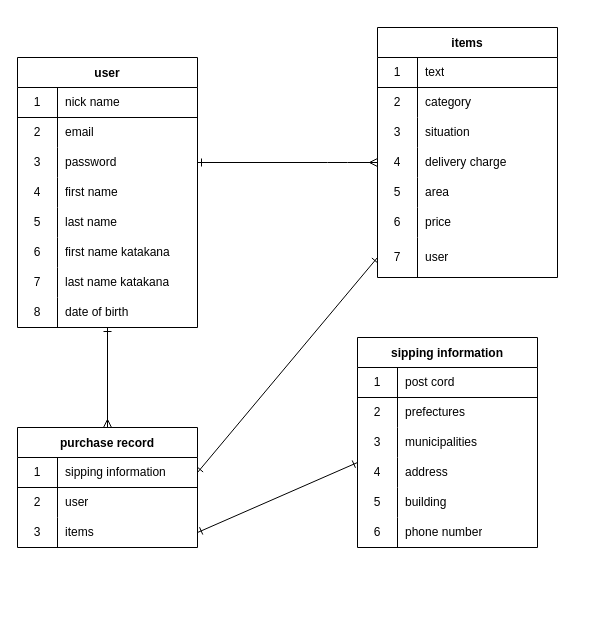
The draw.io diagram er.dio in nohararyota/furima-37460, before the edit. Source tidied: cells renumbered, new cells numbered last; positions are measured from the earlier drawing's top-left corner, leaving out a move shared by most shapes. Both pictures are drawn from the tidied source at 100%, with x=0, y=0 at pixel (17, 27).
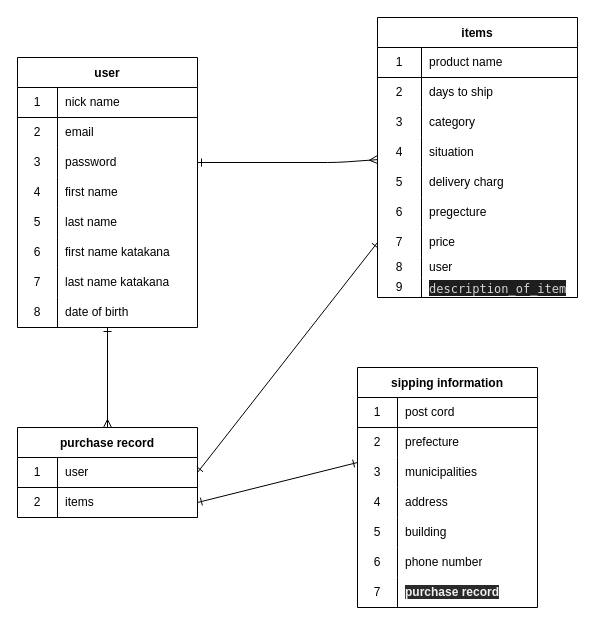
Above is the later version.

The change refers to these unchanged cells:
```xml
<mxCell id="51" style="shape=partialRectangle;html=1;whiteSpace=wrap;fillColor=none;top=0;left=0;bottom=1;right=0;points=[[0,0.5],[1,0.5]];portConstraint=eastwest;" parent="50" vertex="1">
  <mxGeometry y="30" width="180" height="30" as="geometry" />
</mxCell>
<mxCell id="64" style="shape=partialRectangle;html=1;whiteSpace=wrap;fillColor=none;top=0;left=0;bottom=0;right=0;" parent="60" vertex="1">
  <mxGeometry y="60" width="180" height="30" as="geometry" />
</mxCell>
```

Change to the diagram source:
```diff
@@
     <mxCell id="27" value="items" style="shape=table;startSize=30;childLayout=tableLayout;rowLines=0;fontStyle=1;align=center;" parent="1" vertex="1">
-      <mxGeometry x="360" width="180" height="250" as="geometry" />
+      <mxGeometry x="360" y="-10" width="200" height="280" as="geometry" />
     </mxCell>
     <mxCell id="28" style="shape=partialRectangle;html=1;whiteSpace=wrap;fillColor=none;top=0;left=0;bottom=1;right=0;" parent="27" vertex="1">
-      <mxGeometry y="30" width="180" height="30" as="geometry" />
+      <mxGeometry y="30" width="200" height="30" as="geometry" />
     </mxCell>
     <mxCell id="29" value="1" style="shape=partialRectangle;html=1;whiteSpace=wrap;fillColor=none;top=0;left=0;bottom=0;right=0;overflow=hidden;" parent="28" vertex="1">
-      <mxGeometry width="40" height="30" as="geometry" />
+      <mxGeometry width="44" height="30" as="geometry" />
     </mxCell>
-    <mxCell id="30" value="text" style="shape=partialRectangle;html=1;whiteSpace=wrap;fillColor=none;top=0;left=0;bottom=0;right=0;align=left;spacingLeft=6;overflow=hidden;" parent="28" vertex="1">
-      <mxGeometry x="40" width="140" height="30" as="geometry" />
+    <mxCell id="30" value="product name" style="shape=partialRectangle;html=1;whiteSpace=wrap;fillColor=none;top=0;left=0;bottom=0;right=0;align=left;spacingLeft=6;overflow=hidden;" parent="28" vertex="1">
+      <mxGeometry x="44" width="156" height="30" as="geometry" />
     </mxCell>
     <mxCell id="31" style="shape=partialRectangle;html=1;whiteSpace=wrap;fillColor=none;top=0;left=0;bottom=0;right=0;" parent="27" vertex="1">
-      <mxGeometry y="60" width="180" height="30" as="geometry" />
+      <mxGeometry y="60" width="200" height="30" as="geometry" />
     </mxCell>
     <mxCell id="32" value="2" style="shape=partialRectangle;html=1;whiteSpace=wrap;fillColor=none;top=0;left=0;bottom=0;right=0;overflow=hidden;" parent="31" vertex="1">
-      <mxGeometry width="40" height="30" as="geometry" />
+      <mxGeometry width="44" height="30" as="geometry" />
     </mxCell>
-    <mxCell id="33" value="category" style="shape=partialRectangle;html=1;whiteSpace=wrap;fillColor=none;top=0;left=0;bottom=0;right=0;align=left;spacingLeft=6;overflow=hidden;" parent="31" vertex="1">
-      <mxGeometry x="40" width="140" height="30" as="geometry" />
+    <mxCell id="33" value="days to ship" style="shape=partialRectangle;html=1;whiteSpace=wrap;fillColor=none;top=0;left=0;bottom=0;right=0;align=left;spacingLeft=6;overflow=hidden;" parent="31" vertex="1">
+      <mxGeometry x="44" width="156" height="30" as="geometry" />
     </mxCell>
     <mxCell id="34" style="shape=partialRectangle;html=1;whiteSpace=wrap;fillColor=none;top=0;left=0;bottom=0;right=0;" parent="27" vertex="1">
-      <mxGeometry y="90" width="180" height="30" as="geometry" />
+      <mxGeometry y="90" width="200" height="30" as="geometry" />
     </mxCell>
     <mxCell id="35" value="3" style="shape=partialRectangle;html=1;whiteSpace=wrap;fillColor=none;top=0;left=0;bottom=0;right=0;overflow=hidden;" parent="34" vertex="1">
-      <mxGeometry width="40" height="30" as="geometry" />
+      <mxGeometry width="44" height="30" as="geometry" />
     </mxCell>
-    <mxCell id="36" value="situation" style="shape=partialRectangle;html=1;whiteSpace=wrap;fillColor=none;top=0;left=0;bottom=0;right=0;align=left;spacingLeft=6;overflow=hidden;" parent="34" vertex="1">
-      <mxGeometry x="40" width="140" height="30" as="geometry" />
+    <mxCell id="36" value="category" style="shape=partialRectangle;html=1;whiteSpace=wrap;fillColor=none;top=0;left=0;bottom=0;right=0;align=left;spacingLeft=6;overflow=hidden;" parent="34" vertex="1">
+      <mxGeometry x="44" width="156" height="30" as="geometry" />
     </mxCell>
     <mxCell id="37" style="shape=partialRectangle;html=1;whiteSpace=wrap;fillColor=none;top=0;left=0;bottom=0;right=0;points=[[0,0.5],[1,0.5]];portConstraint=eastwest;" parent="27" vertex="1">
-      <mxGeometry y="120" width="180" height="30" as="geometry" />
+      <mxGeometry y="120" width="200" height="30" as="geometry" />
     </mxCell>
     <mxCell id="38" value="4" style="shape=partialRectangle;html=1;whiteSpace=wrap;fillColor=none;top=0;left=0;bottom=0;right=0;overflow=hidden;" parent="37" vertex="1">
-      <mxGeometry width="40" height="30" as="geometry" />
+      <mxGeometry width="44" height="30" as="geometry" />
     </mxCell>
-    <mxCell id="39" value="delivery charge" style="shape=partialRectangle;html=1;whiteSpace=wrap;fillColor=none;top=0;left=0;bottom=0;right=0;align=left;spacingLeft=6;overflow=hidden;" parent="37" vertex="1">
-      <mxGeometry x="40" width="140" height="30" as="geometry" />
+    <mxCell id="39" value="situation" style="shape=partialRectangle;html=1;whiteSpace=wrap;fillColor=none;top=0;left=0;bottom=0;right=0;align=left;spacingLeft=6;overflow=hidden;" parent="37" vertex="1">
+      <mxGeometry x="44" width="156" height="30" as="geometry" />
     </mxCell>
     <mxCell id="40" style="shape=partialRectangle;html=1;whiteSpace=wrap;fillColor=none;top=0;left=0;bottom=0;right=0;" parent="27" vertex="1">
-      <mxGeometry y="150" width="180" height="30" as="geometry" />
+      <mxGeometry y="150" width="200" height="30" as="geometry" />
     </mxCell>
     <mxCell id="41" value="5" style="shape=partialRectangle;html=1;whiteSpace=wrap;fillColor=none;top=0;left=0;bottom=0;right=0;overflow=hidden;" parent="40" vertex="1">
-      <mxGeometry width="40" height="30" as="geometry" />
+      <mxGeometry width="44" height="30" as="geometry" />
     </mxCell>
-    <mxCell id="42" value="area" style="shape=partialRectangle;html=1;whiteSpace=wrap;fillColor=none;top=0;left=0;bottom=0;right=0;align=left;spacingLeft=6;overflow=hidden;" parent="40" vertex="1">
-      <mxGeometry x="40" width="140" height="30" as="geometry" />
+    <mxCell id="42" value="delivery charg" style="shape=partialRectangle;html=1;whiteSpace=wrap;fillColor=none;top=0;left=0;bottom=0;right=0;align=left;spacingLeft=6;overflow=hidden;" parent="40" vertex="1">
+      <mxGeometry x="44" width="156" height="30" as="geometry" />
     </mxCell>
     <mxCell id="43" style="shape=partialRectangle;html=1;whiteSpace=wrap;fillColor=none;top=0;left=0;bottom=0;right=0;" parent="27" vertex="1">
-      <mxGeometry y="180" width="180" height="30" as="geometry" />
+      <mxGeometry y="180" width="200" height="30" as="geometry" />
     </mxCell>
     <mxCell id="44" value="6" style="shape=partialRectangle;html=1;whiteSpace=wrap;fillColor=none;top=0;left=0;bottom=0;right=0;overflow=hidden;" parent="43" vertex="1">
-      <mxGeometry width="40" height="30" as="geometry" />
+      <mxGeometry width="44" height="30" as="geometry" />
     </mxCell>
-    <mxCell id="45" value="price" style="shape=partialRectangle;html=1;whiteSpace=wrap;fillColor=none;top=0;left=0;bottom=0;right=0;align=left;spacingLeft=6;overflow=hidden;" parent="43" vertex="1">
-      <mxGeometry x="40" width="140" height="30" as="geometry" />
+    <mxCell id="45" value="pregecture" style="shape=partialRectangle;html=1;whiteSpace=wrap;fillColor=none;top=0;left=0;bottom=0;right=0;align=left;spacingLeft=6;overflow=hidden;" parent="43" vertex="1">
+      <mxGeometry x="44" width="156" height="30" as="geometry" />
     </mxCell>
     <mxCell id="46" style="shape=partialRectangle;html=1;whiteSpace=wrap;fillColor=none;top=0;left=0;bottom=0;right=0;points=[[0,0.5],[1,0.5]];portConstraint=eastwest;" parent="27" vertex="1">
-      <mxGeometry y="210" width="180" height="40" as="geometry" />
+      <mxGeometry y="210" width="200" height="30" as="geometry" />
     </mxCell>
     <mxCell id="47" value="7" style="shape=partialRectangle;html=1;whiteSpace=wrap;fillColor=none;top=0;left=0;bottom=0;right=0;overflow=hidden;" parent="46" vertex="1">
-      <mxGeometry width="40" height="40" as="geometry" />
+      <mxGeometry width="44" height="30" as="geometry" />
     </mxCell>
-    <mxCell id="48" value="user" style="shape=partialRectangle;html=1;whiteSpace=wrap;fillColor=none;top=0;left=0;bottom=0;right=0;align=left;spacingLeft=6;overflow=hidden;" parent="46" vertex="1">
-      <mxGeometry x="40" width="140" height="40" as="geometry" />
+    <mxCell id="48" value="price" style="shape=partialRectangle;html=1;whiteSpace=wrap;fillColor=none;top=0;left=0;bottom=0;right=0;align=left;spacingLeft=6;overflow=hidden;" parent="46" vertex="1">
+      <mxGeometry x="44" width="156" height="30" as="geometry" />
     </mxCell>
+    <mxCell id="82" style="shape=partialRectangle;html=1;whiteSpace=wrap;fillColor=none;top=0;left=0;bottom=0;right=0;" parent="27" vertex="1">
+      <mxGeometry y="240" width="200" height="20" as="geometry" />
+    </mxCell>
+    <mxCell id="83" value="8" style="shape=partialRectangle;html=1;whiteSpace=wrap;fillColor=none;top=0;left=0;bottom=0;right=0;overflow=hidden;" parent="82" vertex="1">
+      <mxGeometry width="44" height="20" as="geometry" />
+    </mxCell>
+    <mxCell id="56" value="user" style="shape=partialRectangle;html=1;whiteSpace=wrap;fillColor=none;top=0;left=0;bottom=0;right=0;align=left;spacingLeft=6;overflow=hidden;" parent="82" vertex="1">
+      <mxGeometry x="44" width="156" height="20" as="geometry" />
+    </mxCell>
+    <mxCell id="84" style="shape=partialRectangle;html=1;whiteSpace=wrap;fillColor=none;top=0;left=0;bottom=0;right=0;" parent="27" vertex="1">
+      <mxGeometry y="260" width="200" height="20" as="geometry" />
+    </mxCell>
+    <mxCell id="85" value="9" style="shape=partialRectangle;html=1;whiteSpace=wrap;fillColor=none;top=0;left=0;bottom=0;right=0;overflow=hidden;" parent="84" vertex="1">
+      <mxGeometry width="44" height="20" as="geometry" />
+    </mxCell>
+    <mxCell id="86" value="&lt;div style=&quot;color: rgb(212, 212, 212); background-color: rgb(30, 30, 30); font-family: menlo, monaco, &amp;quot;courier new&amp;quot;, monospace; font-weight: normal; font-size: 12px; line-height: 18px;&quot;&gt;&lt;div&gt;&lt;span style=&quot;color: #d4d4d4&quot;&gt;description_of_item&lt;/span&gt;&lt;/div&gt;&lt;/div&gt;" style="shape=partialRectangle;html=1;whiteSpace=wrap;fillColor=none;top=0;left=0;bottom=0;right=0;align=left;spacingLeft=6;overflow=hidden;" parent="84" vertex="1">
+      <mxGeometry x="44" width="156" height="20" as="geometry" />
+    </mxCell>
@@
     <mxCell id="50" value="purchase record" style="shape=table;startSize=30;childLayout=tableLayout;rowLines=0;fontStyle=1;align=center;" parent="1" vertex="1">
-      <mxGeometry y="400" width="180" height="120" as="geometry" />
+      <mxGeometry y="400" width="180" height="90" as="geometry" />
     </mxCell>
@@
-    <mxCell id="53" value="sipping information" style="shape=partialRectangle;html=1;whiteSpace=wrap;fillColor=none;top=0;left=0;bottom=0;right=0;align=left;spacingLeft=6;overflow=hidden;" parent="51" vertex="1">
+    <mxCell id="53" value="user" style="shape=partialRectangle;html=1;whiteSpace=wrap;fillColor=none;top=0;left=0;bottom=0;right=0;align=left;spacingLeft=6;overflow=hidden;" parent="51" vertex="1">
       <mxGeometry x="40" width="140" height="30" as="geometry" />
     </mxCell>
-    <mxCell id="54" style="shape=partialRectangle;html=1;whiteSpace=wrap;fillColor=none;top=0;left=0;bottom=0;right=0;" parent="50" vertex="1">
-      <mxGeometry y="60" width="180" height="30" as="geometry" />
-    </mxCell>
-    <mxCell id="55" value="2" style="shape=partialRectangle;html=1;whiteSpace=wrap;fillColor=none;top=0;left=0;bottom=0;right=0;overflow=hidden;" parent="54" vertex="1">
-      <mxGeometry width="40" height="30" as="geometry" />
-    </mxCell>
-    <mxCell id="56" value="user" style="shape=partialRectangle;html=1;whiteSpace=wrap;fillColor=none;top=0;left=0;bottom=0;right=0;align=left;spacingLeft=6;overflow=hidden;" parent="54" vertex="1">
-      <mxGeometry x="40" width="140" height="30" as="geometry" />
-    </mxCell>
     <mxCell id="57" style="shape=partialRectangle;html=1;whiteSpace=wrap;fillColor=none;top=0;left=0;bottom=0;right=0;points=[[0,0.5],[1,0.5]];portConstraint=eastwest;" parent="50" vertex="1">
-      <mxGeometry y="90" width="180" height="30" as="geometry" />
+      <mxGeometry y="60" width="180" height="30" as="geometry" />
     </mxCell>
-    <mxCell id="58" value="3" style="shape=partialRectangle;html=1;whiteSpace=wrap;fillColor=none;top=0;left=0;bottom=0;right=0;overflow=hidden;" parent="57" vertex="1">
+    <mxCell id="58" value="2" style="shape=partialRectangle;html=1;whiteSpace=wrap;fillColor=none;top=0;left=0;bottom=0;right=0;overflow=hidden;" parent="57" vertex="1">
       <mxGeometry width="40" height="30" as="geometry" />
     </mxCell>
@@
     <mxCell id="60" value="sipping information" style="shape=table;startSize=30;childLayout=tableLayout;rowLines=0;fontStyle=1;align=center;" parent="1" vertex="1">
-      <mxGeometry x="340" y="310" width="180" height="210" as="geometry" />
+      <mxGeometry x="340" y="340" width="180" height="240" as="geometry" />
     </mxCell>
@@
-    <mxCell id="66" value="prefectures" style="shape=partialRectangle;html=1;whiteSpace=wrap;fillColor=none;top=0;left=0;bottom=0;right=0;align=left;spacingLeft=6;overflow=hidden;" parent="64" vertex="1">
+    <mxCell id="66" value="prefecture" style="shape=partialRectangle;html=1;whiteSpace=wrap;fillColor=none;top=0;left=0;bottom=0;right=0;align=left;spacingLeft=6;overflow=hidden;" parent="64" vertex="1">
       <mxGeometry x="40" width="140" height="30" as="geometry" />
     </mxCell>
@@
+    <mxCell id="87" style="shape=partialRectangle;html=1;whiteSpace=wrap;fillColor=none;top=0;left=0;bottom=0;right=0;" parent="60" vertex="1">
+      <mxGeometry y="210" width="180" height="30" as="geometry" />
+    </mxCell>
+    <mxCell id="88" value="7" style="shape=partialRectangle;html=1;whiteSpace=wrap;fillColor=none;top=0;left=0;bottom=0;right=0;overflow=hidden;" parent="87" vertex="1">
+      <mxGeometry width="40" height="30" as="geometry" />
+    </mxCell>
+    <mxCell id="89" value="&lt;span style=&quot;color: rgb(240, 240, 240); font-family: helvetica; font-size: 12px; font-style: normal; font-weight: 700; letter-spacing: normal; text-align: center; text-indent: 0px; text-transform: none; word-spacing: 0px; background-color: rgb(42, 42, 42); display: inline; float: none;&quot;&gt;purchase record&lt;/span&gt;" style="shape=partialRectangle;html=1;whiteSpace=wrap;fillColor=none;top=0;left=0;bottom=0;right=0;align=left;spacingLeft=6;overflow=hidden;" parent="87" vertex="1">
+      <mxGeometry x="40" width="140" height="30" as="geometry" />
+    </mxCell>
```
